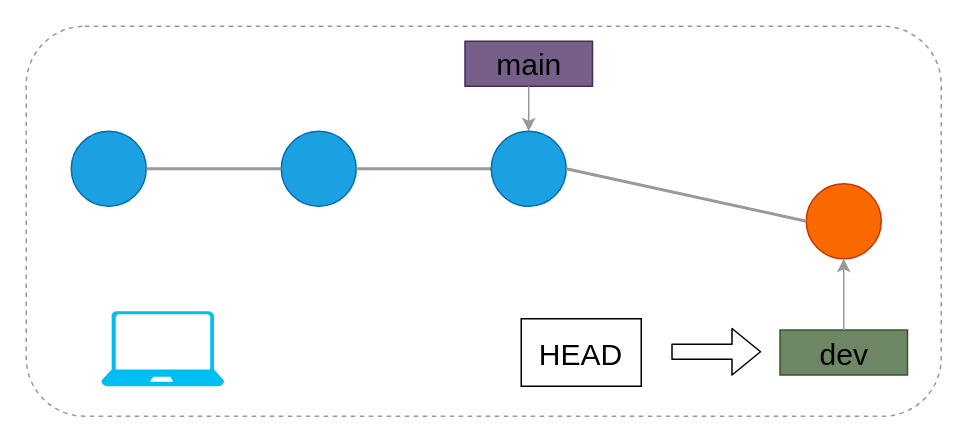
Earlier version of the draw.io diagram public/drawio/wf_branch.drawio (kazuyanagimoto/github-workshop2022). Source tidied: cells renumbered, new cells numbered last; positions are measured from the earlier drawing's top-left corner, leaving out a move shared by most shapes. Both pictures are drawn from the tidied source at 150%, with x=0, y=0 at pixel (26, 26).
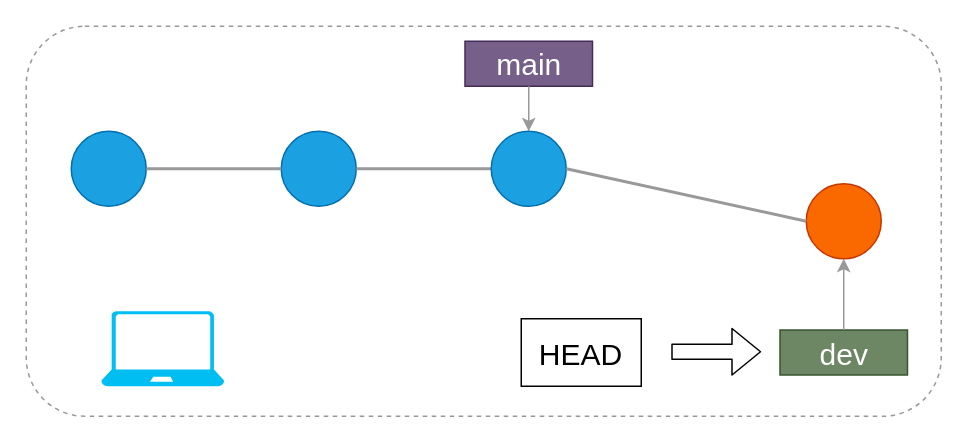
The same diagram, later.

Change to the diagram source:
```diff
@@
 <mxGraphModel>
   <root>
     <mxCell id="0" />
     <mxCell id="1" parent="0" />
     <mxCell id="2" style="ellipse;whiteSpace=wrap;html=1;fillColor=#1ba1e2;fontColor=#000000;strokeColor=#006EAF;" parent="1" vertex="1">
       <mxGeometry x="30" y="70" width="50" height="50" as="geometry" />
     </mxCell>
     <mxCell id="3" style="ellipse;whiteSpace=wrap;html=1;fillColor=#1ba1e2;fontColor=#000000;strokeColor=#006EAF;" parent="1" vertex="1">
       <mxGeometry x="170" y="70" width="50" height="50" as="geometry" />
     </mxCell>
     <mxCell id="4" style="ellipse;whiteSpace=wrap;html=1;fontColor=#000000;strokeColor=#C73500;fillColor=#fa6800;" parent="1" vertex="1">
       <mxGeometry x="520" y="105" width="50" height="50" as="geometry" />
     </mxCell>
     <mxCell id="5" style="endArrow=none;html=1;entryX=0;entryY=0.5;entryDx=0;entryDy=0;exitX=1;exitY=0.5;exitDx=0;exitDy=0;strokeColor=#999999;strokeWidth=2;" parent="1" edge="1" source="2" target="3">
       <mxGeometry relative="1" as="geometry" />
     </mxCell>
     <mxCell id="6" style="endArrow=none;html=1;entryX=0;entryY=0.5;entryDx=0;entryDy=0;exitX=1;exitY=0.5;exitDx=0;exitDy=0;strokeColor=#999999;strokeWidth=2;" parent="1" edge="1" source="3" target="11">
       <mxGeometry relative="1" as="geometry" />
     </mxCell>
     <mxCell id="7" style="verticalLabelPosition=bottom;html=1;verticalAlign=top;align=center;strokeColor=none;fillColor=#00BEF2;shape=mxgraph.azure.laptop;fontSize=15;" parent="1" vertex="1">
       <mxGeometry x="50" y="190" width="82" height="50" as="geometry" />
     </mxCell>
-    <mxCell id="8" value="main" style="rounded=1;whiteSpace=wrap;html=1;fillColor=#76608a;strokeColor=#432D57;fontColor=#000000;fontSize=20;arcSize=0;" parent="1" vertex="1">
+    <mxCell id="8" value="main" style="rounded=1;whiteSpace=wrap;html=1;fillColor=#76608a;strokeColor=#432D57;fontColor=#ffffff;fontSize=20;arcSize=0;" parent="1" vertex="1">
       <mxGeometry x="292.5" y="10" width="85" height="30" as="geometry" />
     </mxCell>
     <mxCell id="9" style="endArrow=classic;html=1;fontSize=20;exitX=0.5;exitY=1;exitDx=0;exitDy=0;entryX=0.5;entryY=0;entryDx=0;entryDy=0;strokeColor=#999999;" parent="1" edge="1" source="8">
       <mxGeometry relative="1" as="geometry">
         <mxPoint x="335" y="70" as="targetPoint" />
       </mxGeometry>
     </mxCell>
     <mxCell id="10" style="rounded=1;whiteSpace=wrap;html=1;fontSize=16;strokeColor=#999999;dashed=1;fillColor=none;" parent="1" vertex="1">
       <mxGeometry width="610" height="260" as="geometry" />
     </mxCell>
     <mxCell id="11" style="ellipse;whiteSpace=wrap;html=1;fillColor=#1ba1e2;fontColor=#000000;strokeColor=#006EAF;" parent="1" vertex="1">
       <mxGeometry x="310" y="70" width="50" height="50" as="geometry" />
     </mxCell>
     <mxCell id="12" style="endArrow=none;html=1;entryX=1;entryY=0.5;entryDx=0;entryDy=0;exitX=0;exitY=0.5;exitDx=0;exitDy=0;strokeColor=#999999;strokeWidth=2;" parent="1" edge="1" source="4" target="11">
       <mxGeometry relative="1" as="geometry" />
     </mxCell>
-    <mxCell id="13" value="dev" style="rounded=1;whiteSpace=wrap;html=1;fillColor=#6d8764;strokeColor=#3A5431;fontColor=#000000;fontSize=20;arcSize=0;" parent="1" vertex="1">
+    <mxCell id="13" value="&lt;font color=&quot;#ffffff&quot;&gt;dev&lt;/font&gt;" style="rounded=1;whiteSpace=wrap;html=1;fillColor=#6d8764;strokeColor=#3A5431;fontColor=#000000;fontSize=20;arcSize=0;" parent="1" vertex="1">
       <mxGeometry x="502.5" y="202.5" width="85" height="30" as="geometry" />
     </mxCell>
     <mxCell id="14" style="endArrow=classic;html=1;fontSize=20;exitX=0.5;exitY=0;exitDx=0;exitDy=0;strokeColor=#999999;entryX=0.5;entryY=1;entryDx=0;entryDy=0;" parent="1" edge="1" source="13" target="4">
       <mxGeometry relative="1" as="geometry" />
     </mxCell>
     <mxCell id="15" value="&lt;font color=&quot;#000000&quot;&gt;HEAD&lt;/font&gt;" style="rounded=0;whiteSpace=wrap;html=1;fontSize=20;fillColor=none;strokeColor=#000000;" parent="1" vertex="1">
       <mxGeometry x="330" y="195" width="80" height="45" as="geometry" />
     </mxCell>
     <mxCell id="16" style="shape=flexArrow;endArrow=classic;html=1;fontSize=20;strokeColor=#000000;" parent="1" edge="1">
       <mxGeometry relative="1" as="geometry">
         <mxPoint x="430" y="217" as="sourcePoint" />
         <mxPoint x="490" y="217" as="targetPoint" />
       </mxGeometry>
     </mxCell>
   </root>
 </mxGraphModel>
```
